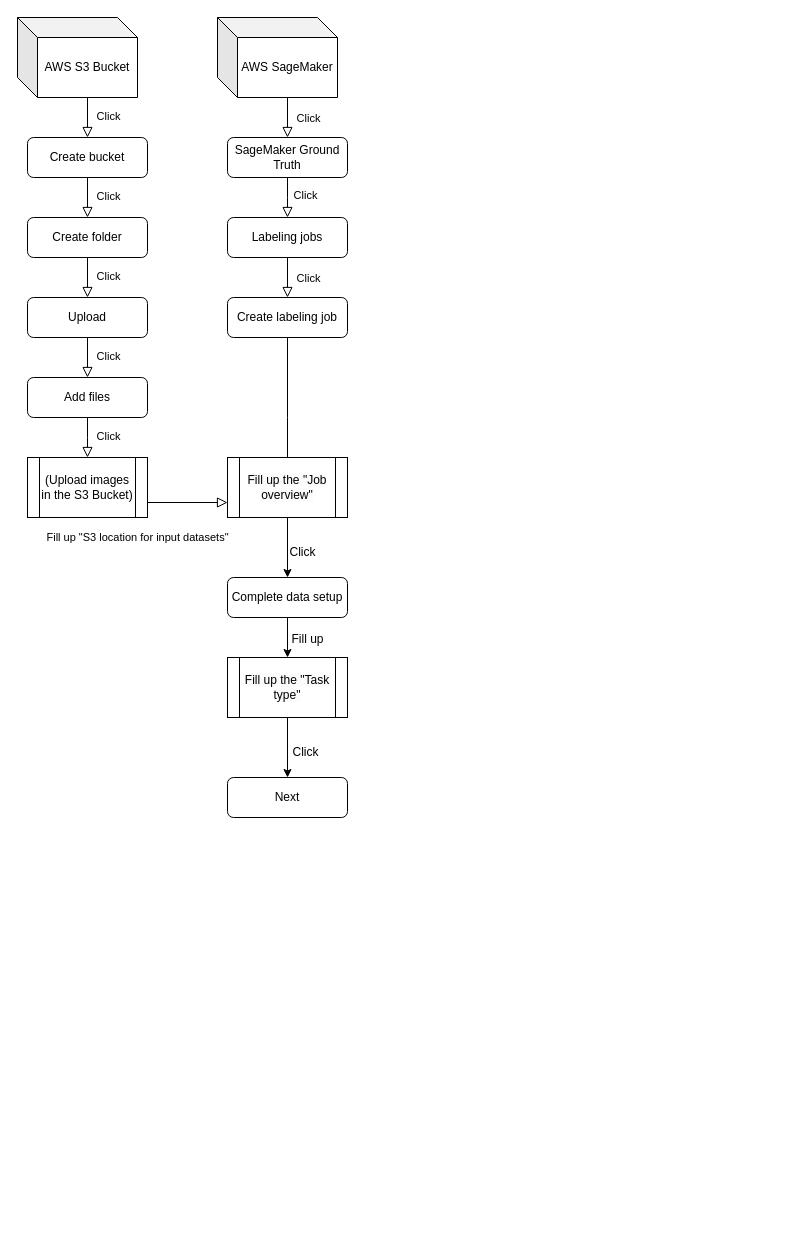
The draw.io diagram AWS_SageMaker_GroundTruth.drawio in JunyaoPu/draw, before the edit. Source tidied: cells renumbered, new cells numbered last; positions are measured from the earlier drawing's top-left corner, leaving out a move shared by most shapes. Both pictures are drawn from the tidied source at 100%, with x=0, y=0 at pixel (17, 17).
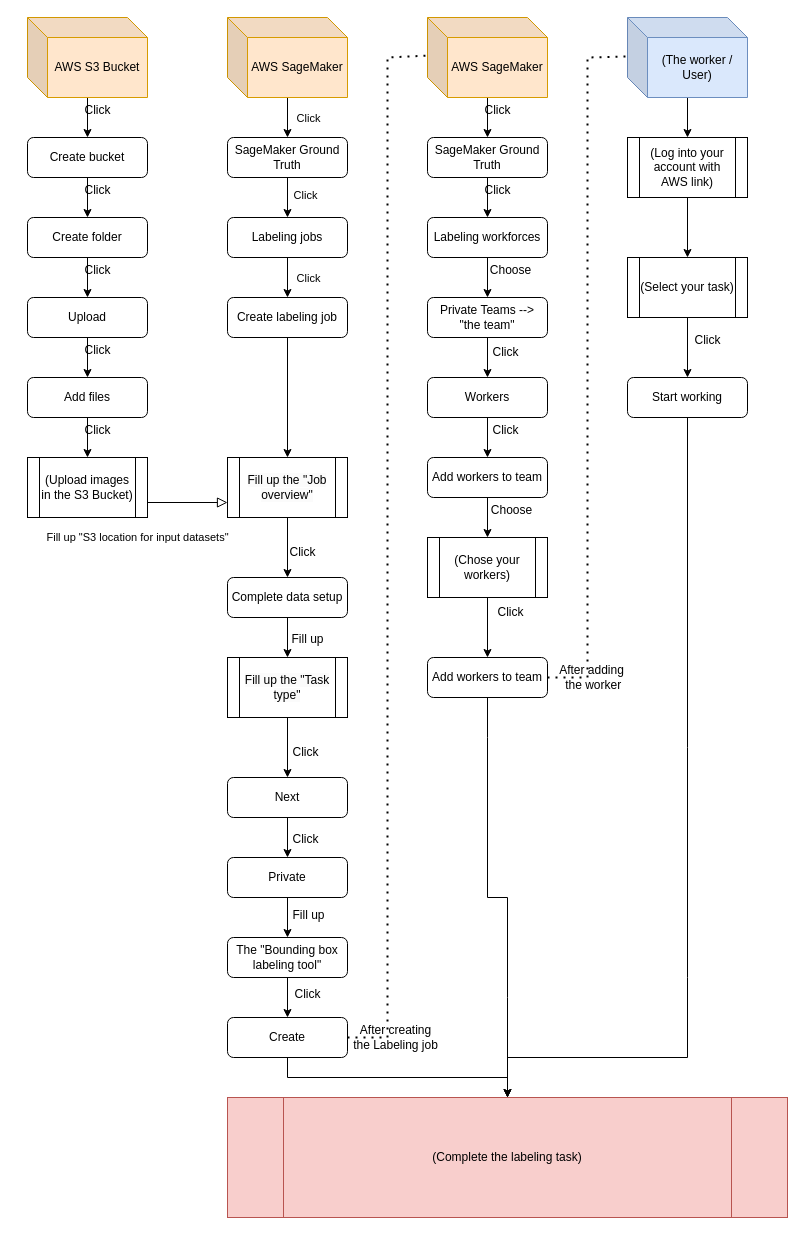
The same diagram, later.

Unchanged cells that the change refers to:
```xml
<mxCell id="4" value="SageMaker Ground Truth" style="rounded=1;whiteSpace=wrap;html=1;fontSize=12;glass=0;strokeWidth=1;shadow=0;" parent="1" vertex="1">
  <mxGeometry x="210" y="120" width="120" height="40" as="geometry" />
</mxCell>
<mxCell id="5" value="Labeling jobs" style="rounded=1;whiteSpace=wrap;html=1;fontSize=12;glass=0;strokeWidth=1;shadow=0;" parent="1" vertex="1">
  <mxGeometry x="210" y="200" width="120" height="40" as="geometry" />
</mxCell>
<mxCell id="13" value="Create bucket" style="rounded=1;whiteSpace=wrap;html=1;" parent="1" vertex="1">
  <mxGeometry x="10" y="120" width="120" height="40" as="geometry" />
</mxCell>
<mxCell id="14" value="Create folder" style="rounded=1;whiteSpace=wrap;html=1;" parent="1" vertex="1">
  <mxGeometry x="10" y="200" width="120" height="40" as="geometry" />
</mxCell>
<mxCell id="15" value="Upload" style="rounded=1;whiteSpace=wrap;html=1;" parent="1" vertex="1">
  <mxGeometry x="10" y="280" width="120" height="40" as="geometry" />
</mxCell>
<mxCell id="16" value="Add files" style="rounded=1;whiteSpace=wrap;html=1;" parent="1" vertex="1">
  <mxGeometry x="10" y="360" width="120" height="40" as="geometry" />
</mxCell>
<mxCell id="27" value="Create labeling job" style="rounded=1;whiteSpace=wrap;html=1;fontSize=12;glass=0;strokeWidth=1;shadow=0;" parent="1" vertex="1">
  <mxGeometry x="210" y="280" width="120" height="40" as="geometry" />
</mxCell>
<mxCell id="34" value="(Upload images in the S3 Bucket)" style="shape=process;whiteSpace=wrap;html=1;backgroundOutline=1;" parent="1" vertex="1">
  <mxGeometry x="10" y="440" width="120" height="60" as="geometry" />
</mxCell>
<mxCell id="35" value="&lt;span style=&quot;color: rgb(0, 0, 0); font-family: Helvetica; font-size: 12px; font-style: normal; font-variant-ligatures: normal; font-variant-caps: normal; font-weight: 400; letter-spacing: normal; orphans: 2; text-align: center; text-indent: 0px; text-transform: none; widows: 2; word-spacing: 0px; -webkit-text-stroke-width: 0px; background-color: rgb(251, 251, 251); text-decoration-thickness: initial; text-decoration-style: initial; text-decoration-color: initial; float: none; display: inline !important;&quot;&gt;Fill up the &quot;Job overview&quot;&lt;/span&gt;" style="shape=process;whiteSpace=wrap;html=1;backgroundOutline=1;" parent="1" vertex="1">
  <mxGeometry x="210" y="440" width="120" height="60" as="geometry" />
</mxCell>
<mxCell id="38" value="Next" style="rounded=1;whiteSpace=wrap;html=1;" parent="1" vertex="1">
  <mxGeometry x="210" y="760" width="120" height="40" as="geometry" />
</mxCell>
```

What changed in the source:
```diff
@@
+    <mxCell id="9" style="edgeStyle=orthogonalEdgeStyle;rounded=0;jettySize=auto;html=1;" parent="1" edge="1" source="2" target="13">
+      <mxGeometry relative="1" as="geometry" />
+    </mxCell>
-    <mxCell id="2" value="AWS S3 Bucket" style="shape=cube;whiteSpace=wrap;html=1;boundedLbl=1;backgroundOutline=1;darkOpacity=0.05;darkOpacity2=0.1;" parent="1" vertex="1">
-      <mxGeometry width="120" height="80" as="geometry" />
+    <mxCell id="2" value="AWS S3 Bucket" style="shape=cube;whiteSpace=wrap;html=1;boundedLbl=1;backgroundOutline=1;darkOpacity=0.05;darkOpacity2=0.1;fillColor=#ffe6cc;strokeColor=#d79b00;" parent="1" vertex="1">
+      <mxGeometry x="10" width="120" height="80" as="geometry" />
     </mxCell>
+    <mxCell id="8" style="edgeStyle=orthogonalEdgeStyle;rounded=0;jettySize=auto;html=1;" parent="1" edge="1" source="3" target="4">
+      <mxGeometry relative="1" as="geometry" />
+    </mxCell>
-    <mxCell id="3" value="AWS SageMaker" style="shape=cube;whiteSpace=wrap;html=1;boundedLbl=1;backgroundOutline=1;darkOpacity=0.05;darkOpacity2=0.1;" parent="1" vertex="1">
-      <mxGeometry x="200" width="120" height="80" as="geometry" />
+    <mxCell id="3" value="AWS SageMaker" style="shape=cube;whiteSpace=wrap;html=1;boundedLbl=1;backgroundOutline=1;darkOpacity=0.05;darkOpacity2=0.1;fillColor=#ffe6cc;strokeColor=#d79b00;" parent="1" vertex="1">
+      <mxGeometry x="210" width="120" height="80" as="geometry" />
     </mxCell>
+    <mxCell id="40" style="edgeStyle=orthogonalEdgeStyle;rounded=0;jettySize=auto;html=1;" parent="1" edge="1" source="4" target="5">
+      <mxGeometry relative="1" as="geometry" />
+    </mxCell>
@@
+    <mxCell id="28" style="edgeStyle=orthogonalEdgeStyle;rounded=0;jettySize=auto;html=1;" parent="1" edge="1" source="5" target="27">
+      <mxGeometry relative="1" as="geometry" />
+    </mxCell>
@@
-    <mxCell id="7" style="rounded=0;html=1;jettySize=auto;fontSize=11;endArrow=block;endFill=0;endSize=8;strokeWidth=1;shadow=0;labelBackgroundColor=none;edgeStyle=orthogonalEdgeStyle;exitX=0.5;exitY=1;exitDx=0;exitDy=0;" parent="1" edge="1" source="4">
-      <mxGeometry x="0.33" y="20" relative="1" as="geometry">
-        <mxPoint x="270" y="200" as="targetPoint" />
-      </mxGeometry>
-    </mxCell>
-    <mxCell id="8" style="rounded=0;html=1;jettySize=auto;fontSize=11;endArrow=block;endFill=0;endSize=8;strokeWidth=1;shadow=0;labelBackgroundColor=none;edgeStyle=orthogonalEdgeStyle;exitX=0;exitY=0;exitDx=70;exitDy=80;exitPerimeter=0;entryX=0.5;entryY=0;entryDx=0;entryDy=0;" parent="1" edge="1" source="3" target="4">
-      <mxGeometry x="0.33" y="20" relative="1" as="geometry" />
-    </mxCell>
-    <mxCell id="9" style="rounded=0;html=1;jettySize=auto;fontSize=11;endArrow=block;endFill=0;endSize=8;strokeWidth=1;shadow=0;labelBackgroundColor=none;edgeStyle=orthogonalEdgeStyle;exitX=0;exitY=0;exitDx=70;exitDy=80;exitPerimeter=0;entryX=0.5;entryY=0;entryDx=0;entryDy=0;" parent="1" edge="1" source="2" target="13">
-      <mxGeometry x="0.33" y="20" relative="1" as="geometry" />
-    </mxCell>
-    <mxCell id="10" value="Click" style="edgeLabel;html=1;align=center;verticalAlign=middle;" parent="9" vertex="1">
-      <mxGeometry x="-0.1" y="-1" relative="1" as="geometry">
-        <mxPoint x="21" as="offset" />
-      </mxGeometry>
-    </mxCell>
@@
+    <mxCell id="17" style="edgeStyle=orthogonalEdgeStyle;rounded=0;jettySize=auto;html=1;" parent="1" edge="1" source="13" target="14">
+      <mxGeometry relative="1" as="geometry" />
+    </mxCell>
@@
+    <mxCell id="19" style="edgeStyle=orthogonalEdgeStyle;rounded=0;jettySize=auto;html=1;" parent="1" edge="1" source="14" target="15">
+      <mxGeometry relative="1" as="geometry" />
+    </mxCell>
@@
+    <mxCell id="21" style="edgeStyle=orthogonalEdgeStyle;rounded=0;jettySize=auto;html=1;" parent="1" edge="1" source="15" target="16">
+      <mxGeometry relative="1" as="geometry" />
+    </mxCell>
@@
+    <mxCell id="41" style="edgeStyle=orthogonalEdgeStyle;rounded=0;jettySize=auto;html=1;" parent="1" edge="1" source="16" target="34">
+      <mxGeometry relative="1" as="geometry" />
+    </mxCell>
@@
-    <mxCell id="17" style="rounded=0;html=1;jettySize=auto;fontSize=11;endArrow=block;endFill=0;endSize=8;strokeWidth=1;shadow=0;labelBackgroundColor=none;edgeStyle=orthogonalEdgeStyle;exitX=0.5;exitY=1;exitDx=0;exitDy=0;entryX=0.5;entryY=0;entryDx=0;entryDy=0;" parent="1" edge="1" source="13" target="14">
-      <mxGeometry x="0.33" y="20" relative="1" as="geometry" />
-    </mxCell>
-    <mxCell id="18" value="Click" style="edgeLabel;html=1;align=center;verticalAlign=middle;" parent="17" vertex="1">
-      <mxGeometry x="-0.1" y="-1" relative="1" as="geometry">
-        <mxPoint x="21" as="offset" />
-      </mxGeometry>
-    </mxCell>
-    <mxCell id="19" style="rounded=0;html=1;jettySize=auto;fontSize=11;endArrow=block;endFill=0;endSize=8;strokeWidth=1;shadow=0;labelBackgroundColor=none;edgeStyle=orthogonalEdgeStyle;exitX=0.5;exitY=1;exitDx=0;exitDy=0;entryX=0.5;entryY=0;entryDx=0;entryDy=0;" parent="1" edge="1" source="14" target="15">
-      <mxGeometry x="0.33" y="20" relative="1" as="geometry" />
-    </mxCell>
-    <mxCell id="20" value="Click" style="edgeLabel;html=1;align=center;verticalAlign=middle;" parent="19" vertex="1">
-      <mxGeometry x="-0.1" y="-1" relative="1" as="geometry">
-        <mxPoint x="21" as="offset" />
-      </mxGeometry>
-    </mxCell>
-    <mxCell id="21" style="rounded=0;html=1;jettySize=auto;fontSize=11;endArrow=block;endFill=0;endSize=8;strokeWidth=1;shadow=0;labelBackgroundColor=none;edgeStyle=orthogonalEdgeStyle;exitX=0.5;exitY=1;exitDx=0;exitDy=0;entryX=0.5;entryY=0;entryDx=0;entryDy=0;" parent="1" edge="1" source="15" target="16">
-      <mxGeometry x="0.33" y="20" relative="1" as="geometry" />
-    </mxCell>
-    <mxCell id="22" value="Click" style="edgeLabel;html=1;align=center;verticalAlign=middle;" parent="21" vertex="1">
-      <mxGeometry x="-0.1" y="-1" relative="1" as="geometry">
-        <mxPoint x="21" as="offset" />
-      </mxGeometry>
-    </mxCell>
-    <mxCell id="23" style="rounded=0;html=1;jettySize=auto;fontSize=11;endArrow=block;endFill=0;endSize=8;strokeWidth=1;shadow=0;labelBackgroundColor=none;edgeStyle=orthogonalEdgeStyle;exitX=0.5;exitY=1;exitDx=0;exitDy=0;entryX=0.5;entryY=0;entryDx=0;entryDy=0;" parent="1" edge="1" source="16">
-      <mxGeometry x="0.33" y="20" relative="1" as="geometry">
-        <mxPoint x="70" y="440" as="targetPoint" />
-      </mxGeometry>
-    </mxCell>
-    <mxCell id="24" value="Click" style="edgeLabel;html=1;align=center;verticalAlign=middle;" parent="23" vertex="1">
-      <mxGeometry x="-0.1" y="-1" relative="1" as="geometry">
-        <mxPoint x="21" as="offset" />
-      </mxGeometry>
-    </mxCell>
@@
-    <mxCell id="28" style="rounded=0;html=1;jettySize=auto;fontSize=11;endArrow=block;endFill=0;endSize=8;strokeWidth=1;shadow=0;labelBackgroundColor=none;edgeStyle=orthogonalEdgeStyle;exitX=0.5;exitY=1;exitDx=0;exitDy=0;entryX=0.5;entryY=0;entryDx=0;entryDy=0;" parent="1" edge="1" source="5" target="27">
-      <mxGeometry x="0.33" y="20" relative="1" as="geometry" />
-    </mxCell>
@@
-    <mxCell id="30" style="rounded=0;html=1;jettySize=auto;fontSize=11;endArrow=block;endFill=0;endSize=8;strokeWidth=1;shadow=0;labelBackgroundColor=none;edgeStyle=orthogonalEdgeStyle;exitX=0.5;exitY=1;exitDx=0;exitDy=0;entryX=0.5;entryY=0;entryDx=0;entryDy=0;" parent="1" edge="1" source="27">
-      <mxGeometry x="0.33" y="20" relative="1" as="geometry">
-        <mxPoint x="270" y="480" as="targetPoint" />
-      </mxGeometry>
-    </mxCell>
@@
+    <mxCell id="42" style="edgeStyle=orthogonalEdgeStyle;rounded=0;jettySize=auto;html=1;" parent="1" edge="1" source="38" target="44">
+      <mxGeometry relative="1" as="geometry" />
+    </mxCell>
@@
+    <mxCell id="43" style="edgeStyle=orthogonalEdgeStyle;rounded=0;jettySize=auto;html=1;" parent="1" edge="1" source="44" target="46">
+      <mxGeometry relative="1" as="geometry" />
+    </mxCell>
+    <mxCell id="44" value="Private" style="rounded=1;whiteSpace=wrap;html=1;" parent="1" vertex="1">
+      <mxGeometry x="210" y="840" width="120" height="40" as="geometry" />
+    </mxCell>
+    <mxCell id="45" style="edgeStyle=orthogonalEdgeStyle;rounded=0;jettySize=auto;html=1;" parent="1" edge="1" source="46" target="50">
+      <mxGeometry relative="1" as="geometry" />
+    </mxCell>
+    <mxCell id="46" value="The &quot;Bounding box labeling tool&quot;" style="rounded=1;whiteSpace=wrap;html=1;" parent="1" vertex="1">
+      <mxGeometry x="210" y="920" width="120" height="40" as="geometry" />
+    </mxCell>
+    <mxCell id="47" value="Click" style="text;html=1;align=center;verticalAlign=middle;strokeColor=none;fillColor=none;" parent="1" vertex="1">
+      <mxGeometry x="263" y="807" width="50" height="30" as="geometry" />
+    </mxCell>
+    <mxCell id="48" value="Fill up" style="text;html=1;align=center;verticalAlign=middle;strokeColor=none;fillColor=none;" parent="1" vertex="1">
+      <mxGeometry x="261" y="883" width="60" height="30" as="geometry" />
+    </mxCell>
+    <mxCell id="49" style="edgeStyle=orthogonalEdgeStyle;rounded=0;jettySize=auto;html=1;" parent="1" edge="1" source="50" target="90">
+      <mxGeometry relative="1" as="geometry" />
+    </mxCell>
+    <mxCell id="50" value="Create" style="rounded=1;whiteSpace=wrap;html=1;" parent="1" vertex="1">
+      <mxGeometry x="210" y="1000" width="120" height="40" as="geometry" />
+    </mxCell>
+    <mxCell id="51" value="Click" style="text;html=1;align=center;verticalAlign=middle;strokeColor=none;fillColor=none;" parent="1" vertex="1">
+      <mxGeometry x="265" y="962" width="50" height="30" as="geometry" />
+    </mxCell>
+    <mxCell id="52" style="edgeStyle=orthogonalEdgeStyle;rounded=0;jettySize=auto;html=1;" parent="1" edge="1" source="53" target="85">
+      <mxGeometry relative="1" as="geometry" />
+    </mxCell>
+    <mxCell id="53" value="(The worker / User)" style="shape=cube;whiteSpace=wrap;html=1;boundedLbl=1;backgroundOutline=1;darkOpacity=0.05;darkOpacity2=0.1;fillColor=#dae8fc;strokeColor=#6c8ebf;" parent="1" vertex="1">
+      <mxGeometry x="610" width="120" height="80" as="geometry" />
+    </mxCell>
+    <mxCell id="54" style="edgeStyle=orthogonalEdgeStyle;rounded=0;jettySize=auto;html=1;" parent="1" edge="1" source="55" target="57">
+      <mxGeometry relative="1" as="geometry" />
+    </mxCell>
+    <mxCell id="55" value="Labeling workforces" style="rounded=1;whiteSpace=wrap;html=1;" parent="1" vertex="1">
+      <mxGeometry x="410" y="200" width="120" height="40" as="geometry" />
+    </mxCell>
+    <mxCell id="56" style="edgeStyle=orthogonalEdgeStyle;rounded=0;jettySize=auto;html=1;" parent="1" edge="1" source="57" target="59">
+      <mxGeometry relative="1" as="geometry" />
+    </mxCell>
+    <mxCell id="57" value="Private Teams --&amp;gt; &quot;the team&quot;" style="rounded=1;whiteSpace=wrap;html=1;" parent="1" vertex="1">
+      <mxGeometry x="410" y="280" width="120" height="40" as="geometry" />
+    </mxCell>
+    <mxCell id="58" style="edgeStyle=orthogonalEdgeStyle;rounded=0;jettySize=auto;html=1;" parent="1" edge="1" source="59" target="61">
+      <mxGeometry relative="1" as="geometry" />
+    </mxCell>
+    <mxCell id="59" value="Workers" style="rounded=1;whiteSpace=wrap;html=1;" parent="1" vertex="1">
+      <mxGeometry x="410" y="360" width="120" height="40" as="geometry" />
+    </mxCell>
+    <mxCell id="60" style="edgeStyle=orthogonalEdgeStyle;rounded=0;jettySize=auto;html=1;" parent="1" edge="1" source="61" target="63">
+      <mxGeometry relative="1" as="geometry" />
+    </mxCell>
+    <mxCell id="61" value="Add workers to team" style="rounded=1;whiteSpace=wrap;html=1;" parent="1" vertex="1">
+      <mxGeometry x="410" y="440" width="120" height="40" as="geometry" />
+    </mxCell>
+    <mxCell id="62" style="edgeStyle=orthogonalEdgeStyle;rounded=0;jettySize=auto;html=1;" parent="1" edge="1" source="63" target="64">
+      <mxGeometry relative="1" as="geometry" />
+    </mxCell>
+    <mxCell id="63" value="(Chose your workers)" style="shape=process;whiteSpace=wrap;html=1;backgroundOutline=1;" parent="1" vertex="1">
+      <mxGeometry x="410" y="520" width="120" height="60" as="geometry" />
+    </mxCell>
+    <mxCell id="64" value="Add workers to team" style="rounded=1;whiteSpace=wrap;html=1;" parent="1" vertex="1">
+      <mxGeometry x="410" y="640" width="120" height="40" as="geometry" />
+    </mxCell>
+    <mxCell id="65" value="Choose" style="text;html=1;align=center;verticalAlign=middle;strokeColor=none;fillColor=none;" parent="1" vertex="1">
+      <mxGeometry x="463" y="238" width="60" height="30" as="geometry" />
+    </mxCell>
+    <mxCell id="66" value="Click" style="text;html=1;align=center;verticalAlign=middle;strokeColor=none;fillColor=none;" parent="1" vertex="1">
+      <mxGeometry x="463" y="320" width="50" height="30" as="geometry" />
+    </mxCell>
+    <mxCell id="67" value="Click" style="text;html=1;align=center;verticalAlign=middle;strokeColor=none;fillColor=none;" parent="1" vertex="1">
+      <mxGeometry x="463" y="398" width="50" height="30" as="geometry" />
+    </mxCell>
+    <mxCell id="68" value="Choose" style="text;html=1;align=center;verticalAlign=middle;strokeColor=none;fillColor=none;" parent="1" vertex="1">
+      <mxGeometry x="464" y="478" width="60" height="30" as="geometry" />
+    </mxCell>
+    <mxCell id="69" value="Click" style="text;html=1;align=center;verticalAlign=middle;strokeColor=none;fillColor=none;" parent="1" vertex="1">
+      <mxGeometry x="468" y="580" width="50" height="30" as="geometry" />
+    </mxCell>
+    <mxCell id="70" style="endArrow=none;dashed=1;html=1;dashPattern=1 3;strokeWidth=2;rounded=0;exitX=1;exitY=0.5;exitDx=0;exitDy=0;entryX=0.008;entryY=0.475;entryDx=0;entryDy=0;entryPerimeter=0;" parent="1" edge="1" source="50" target="73">
+      <mxGeometry relative="1" as="geometry">
+        <Array as="points">
+          <mxPoint x="370" y="1020" />
+          <mxPoint x="370" y="220" />
+          <mxPoint x="370" y="40" />
+        </Array>
+      </mxGeometry>
+    </mxCell>
+    <mxCell id="71" value="After creating &lt;br&gt;the&amp;nbsp;Labeling job" style="text;html=1;align=center;verticalAlign=middle;strokeColor=none;fillColor=none;" parent="1" vertex="1">
+      <mxGeometry x="323" y="1000" width="110" height="40" as="geometry" />
+    </mxCell>
+    <mxCell id="72" style="edgeStyle=orthogonalEdgeStyle;rounded=0;jettySize=auto;html=1;" parent="1" edge="1" source="73" target="75">
+      <mxGeometry relative="1" as="geometry" />
+    </mxCell>
+    <mxCell id="73" value="AWS SageMaker" style="shape=cube;whiteSpace=wrap;html=1;boundedLbl=1;backgroundOutline=1;darkOpacity=0.05;darkOpacity2=0.1;fillColor=#ffe6cc;strokeColor=#d79b00;" parent="1" vertex="1">
+      <mxGeometry x="410" width="120" height="80" as="geometry" />
+    </mxCell>
+    <mxCell id="74" style="edgeStyle=orthogonalEdgeStyle;rounded=0;jettySize=auto;html=1;entryX=0.5;entryY=0;entryDx=0;entryDy=0;" parent="1" edge="1" source="75" target="55">
+      <mxGeometry relative="1" as="geometry" />
+    </mxCell>
+    <mxCell id="75" value="SageMaker Ground Truth" style="rounded=1;whiteSpace=wrap;html=1;fontSize=12;glass=0;strokeWidth=1;shadow=0;" parent="1" vertex="1">
+      <mxGeometry x="410" y="120" width="120" height="40" as="geometry" />
+    </mxCell>
+    <mxCell id="76" style="endArrow=classic;html=1;rounded=0;exitX=0.5;exitY=1;exitDx=0;exitDy=0;entryX=0.5;entryY=0;entryDx=0;entryDy=0;" parent="1" edge="1" source="27" target="35">
+      <mxGeometry relative="1" as="geometry" />
+    </mxCell>
+    <mxCell id="77" value="Click" style="text;html=1;align=center;verticalAlign=middle;strokeColor=none;fillColor=none;" parent="1" vertex="1">
+      <mxGeometry x="55" y="78" width="50" height="30" as="geometry" />
+    </mxCell>
+    <mxCell id="78" value="Click" style="text;html=1;align=center;verticalAlign=middle;strokeColor=none;fillColor=none;" parent="1" vertex="1">
+      <mxGeometry x="55" y="158" width="50" height="30" as="geometry" />
+    </mxCell>
+    <mxCell id="79" value="Click" style="text;html=1;align=center;verticalAlign=middle;strokeColor=none;fillColor=none;" parent="1" vertex="1">
+      <mxGeometry x="55" y="238" width="50" height="30" as="geometry" />
+    </mxCell>
+    <mxCell id="80" value="Click" style="text;html=1;align=center;verticalAlign=middle;strokeColor=none;fillColor=none;" parent="1" vertex="1">
+      <mxGeometry x="55" y="318" width="50" height="30" as="geometry" />
+    </mxCell>
+    <mxCell id="81" value="Click" style="text;html=1;align=center;verticalAlign=middle;strokeColor=none;fillColor=none;" parent="1" vertex="1">
+      <mxGeometry x="55" y="398" width="50" height="30" as="geometry" />
+    </mxCell>
+    <mxCell id="82" value="Click" style="text;html=1;align=center;verticalAlign=middle;strokeColor=none;fillColor=none;" parent="1" vertex="1">
+      <mxGeometry x="455" y="78" width="50" height="30" as="geometry" />
+    </mxCell>
+    <mxCell id="83" value="Click" style="text;html=1;align=center;verticalAlign=middle;strokeColor=none;fillColor=none;" parent="1" vertex="1">
+      <mxGeometry x="455" y="158" width="50" height="30" as="geometry" />
+    </mxCell>
+    <mxCell id="84" style="edgeStyle=orthogonalEdgeStyle;rounded=0;jettySize=auto;html=1;" parent="1" edge="1" source="85" target="87">
+      <mxGeometry relative="1" as="geometry" />
+    </mxCell>
+    <mxCell id="85" value="(Log into your account with AWS link)" style="shape=process;whiteSpace=wrap;html=1;backgroundOutline=1;" parent="1" vertex="1">
+      <mxGeometry x="610" y="120" width="120" height="60" as="geometry" />
+    </mxCell>
+    <mxCell id="86" style="edgeStyle=orthogonalEdgeStyle;rounded=0;jettySize=auto;html=1;" parent="1" edge="1" source="87" target="88">
+      <mxGeometry relative="1" as="geometry" />
+    </mxCell>
+    <mxCell id="87" value="(Select your task)" style="shape=process;whiteSpace=wrap;html=1;backgroundOutline=1;" parent="1" vertex="1">
+      <mxGeometry x="610" y="240" width="120" height="60" as="geometry" />
+    </mxCell>
+    <mxCell id="88" value="Start working" style="rounded=1;whiteSpace=wrap;html=1;" parent="1" vertex="1">
+      <mxGeometry x="610" y="360" width="120" height="40" as="geometry" />
+    </mxCell>
+    <mxCell id="89" value="Click" style="text;html=1;align=center;verticalAlign=middle;strokeColor=none;fillColor=none;" parent="1" vertex="1">
+      <mxGeometry x="665" y="308" width="50" height="30" as="geometry" />
+    </mxCell>
+    <mxCell id="90" value="(Complete the labeling task)" style="shape=process;whiteSpace=wrap;html=1;backgroundOutline=1;fillColor=#f8cecc;strokeColor=#b85450;" parent="1" vertex="1">
+      <mxGeometry x="210" y="1080" width="560" height="120" as="geometry" />
+    </mxCell>
+    <mxCell id="91" style="endArrow=classic;html=1;rounded=0;exitX=0.5;exitY=1;exitDx=0;exitDy=0;entryX=0.5;entryY=0;entryDx=0;entryDy=0;" parent="1" edge="1" source="64" target="90">
+      <mxGeometry relative="1" as="geometry">
+        <Array as="points">
+          <mxPoint x="470" y="720" />
+          <mxPoint x="470" y="880" />
+          <mxPoint x="490" y="880" />
+          <mxPoint x="490" y="980" />
+        </Array>
+      </mxGeometry>
+    </mxCell>
+    <mxCell id="92" style="endArrow=classic;html=1;rounded=0;exitX=0.5;exitY=1;exitDx=0;exitDy=0;entryX=0.5;entryY=0;entryDx=0;entryDy=0;" parent="1" edge="1" source="88" target="90">
+      <mxGeometry relative="1" as="geometry">
+        <Array as="points">
+          <mxPoint x="670" y="730" />
+          <mxPoint x="670" y="960" />
+          <mxPoint x="670" y="1040" />
+          <mxPoint x="490" y="1040" />
+        </Array>
+      </mxGeometry>
+    </mxCell>
+    <mxCell id="93" style="endArrow=none;dashed=1;html=1;dashPattern=1 3;strokeWidth=2;rounded=0;exitX=1;exitY=0.5;exitDx=0;exitDy=0;entryX=-0.017;entryY=0.488;entryDx=0;entryDy=0;entryPerimeter=0;" parent="1" edge="1" source="64" target="53">
+      <mxGeometry relative="1" as="geometry">
+        <Array as="points">
+          <mxPoint x="570" y="660" />
+          <mxPoint x="570" y="200" />
+          <mxPoint x="570" y="40" />
+        </Array>
+      </mxGeometry>
+    </mxCell>
+    <mxCell id="94" value="After adding&lt;br&gt;&amp;nbsp;the worker" style="text;html=1;align=center;verticalAlign=middle;strokeColor=none;fillColor=none;" parent="1" vertex="1">
+      <mxGeometry x="529" y="640" width="90" height="40" as="geometry" />
+    </mxCell>
```
